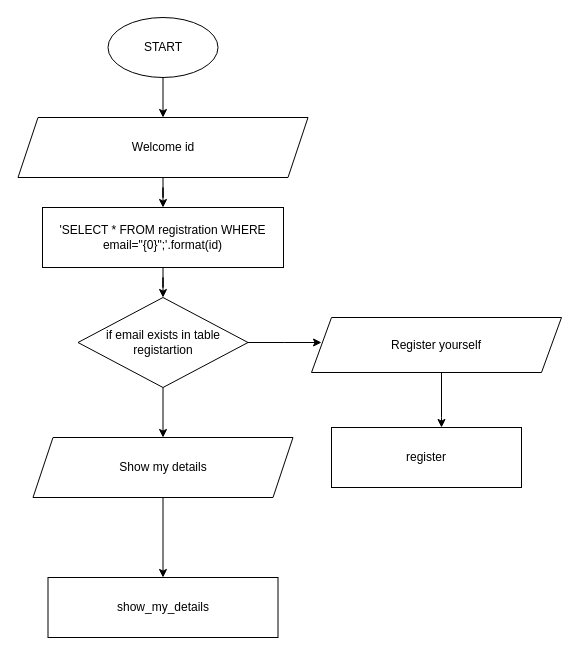
quantum-corn/vaxer keeps this draw.io diagram as dashboard.drawio. Above is the earlier version. Source tidied: cells renumbered, new cells numbered last; positions are measured from the earlier drawing's top-left corner, leaving out a move shared by most shapes. Both pictures are drawn from the tidied source at 100%, with x=0, y=0 at pixel (17, 17).
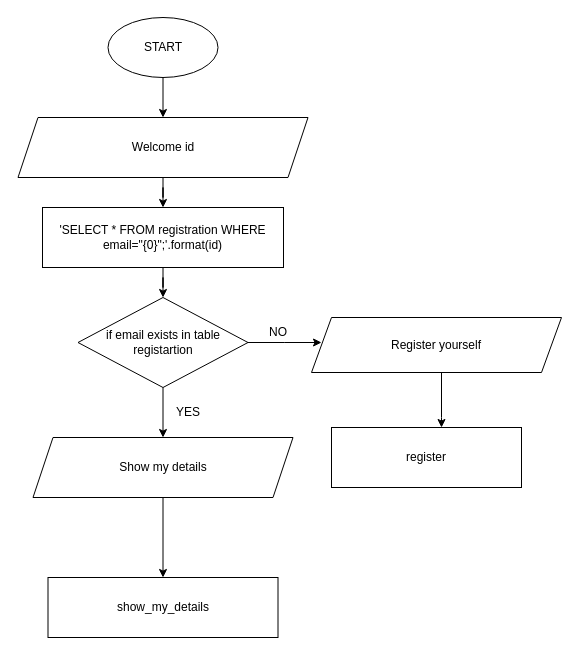
The same diagram, later.

The edit, as a diff of the source:
```diff
@@
+    <mxCell id="17" value="NO" style="text;html=1;strokeColor=none;fillColor=none;align=center;verticalAlign=middle;whiteSpace=wrap;rounded=0;" parent="1" vertex="1">
+      <mxGeometry x="230.5" y="300" width="60" height="30" as="geometry" />
+    </mxCell>
+    <mxCell id="18" value="YES" style="text;html=1;strokeColor=none;fillColor=none;align=center;verticalAlign=middle;whiteSpace=wrap;rounded=0;" parent="1" vertex="1">
+      <mxGeometry x="140.5" y="380" width="60" height="30" as="geometry" />
+    </mxCell>
```
